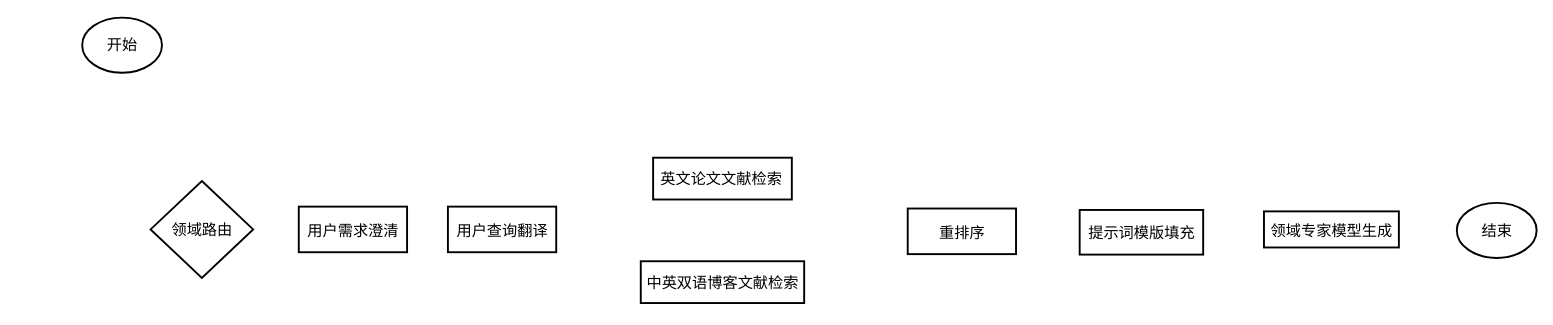
Above: diagrams/flowchart_of_the_qa_system_for_core_ai_technology_literature.drawio in real-jiakai/draw (draw.io), before the change. Source tidied: cells renumbered, new cells numbered last; positions are measured from the earlier drawing's top-left corner, leaving out a move shared by most shapes. Both pictures are drawn from the tidied source at 95%, with x=0, y=0 at pixel (82, 17).
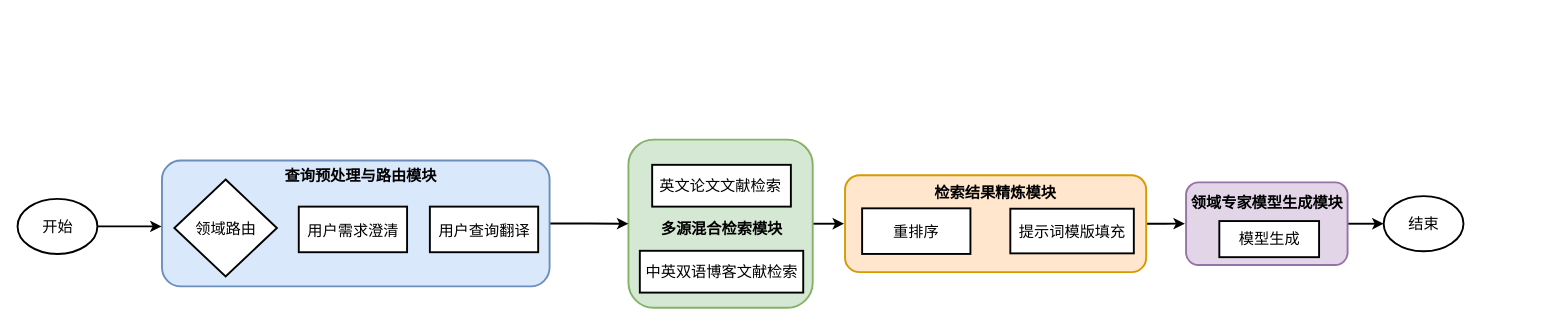
Above is the later version.

What changed in the source:
```diff
@@
+    <mxCell id="22" style="edgeStyle=orthogonalEdgeStyle;rounded=0;jettySize=auto;html=1;exitX=1;exitY=0.5;exitDx=0;exitDy=0;entryX=0;entryY=0.5;entryDx=0;entryDy=0;strokeWidth=2;" parent="1" edge="1" source="23" target="11">
+      <mxGeometry relative="1" as="geometry" />
+    </mxCell>
+    <mxCell id="23" style="rounded=1;whiteSpace=wrap;html=1;fillColor=#e1d5e7;strokeColor=#9673a6;strokeWidth=2;" parent="1" vertex="1">
+      <mxGeometry x="1162" y="173.5" width="170" height="87" as="geometry" />
+    </mxCell>
+    <mxCell id="24" style="edgeStyle=orthogonalEdgeStyle;rounded=0;jettySize=auto;html=1;exitX=1;exitY=0.5;exitDx=0;exitDy=0;strokeWidth=2;" parent="1" edge="1" source="25">
+      <mxGeometry relative="1" as="geometry">
+        <mxPoint x="1160.8" y="216.9" as="targetPoint" />
+      </mxGeometry>
+    </mxCell>
+    <mxCell id="25" style="rounded=1;whiteSpace=wrap;html=1;fillColor=#ffe6cc;strokeColor=#d79b00;strokeWidth=2;" parent="1" vertex="1">
+      <mxGeometry x="803" y="166" width="317" height="102" as="geometry" />
+    </mxCell>
+    <mxCell id="26" style="edgeStyle=orthogonalEdgeStyle;rounded=0;jettySize=auto;html=1;exitX=1;exitY=0.5;exitDx=0;exitDy=0;strokeWidth=2;" parent="1" edge="1" source="27">
+      <mxGeometry relative="1" as="geometry">
+        <mxPoint x="802" y="216.9" as="targetPoint" />
+      </mxGeometry>
+    </mxCell>
+    <mxCell id="27" style="rounded=1;whiteSpace=wrap;html=1;fillColor=#d5e8d4;strokeColor=#82b366;strokeWidth=2;" parent="1" vertex="1">
+      <mxGeometry x="575" y="128.5" width="194" height="177" as="geometry" />
+    </mxCell>
+    <mxCell id="28" style="edgeStyle=orthogonalEdgeStyle;rounded=0;jettySize=auto;html=1;exitX=1;exitY=0.5;exitDx=0;exitDy=0;entryX=0;entryY=0.5;entryDx=0;entryDy=0;strokeWidth=2;" parent="1" edge="1" source="29" target="27">
+      <mxGeometry relative="1" as="geometry" />
+    </mxCell>
+    <mxCell id="29" style="rounded=1;whiteSpace=wrap;html=1;fillColor=#dae8fc;strokeColor=#6c8ebf;strokeWidth=2;" parent="1" vertex="1">
+      <mxGeometry x="84" y="150.5" width="408" height="132.5" as="geometry" />
+    </mxCell>
@@
     <mxCell id="3" style="rounded=0;whiteSpace=wrap;html=1;strokeWidth=2;" parent="1" vertex="1">
-      <mxGeometry x="588" y="256.5" width="172" height="44" as="geometry" />
+      <mxGeometry x="587" y="245.5" width="172" height="44" as="geometry" />
     </mxCell>
     <mxCell id="4" style="rounded=0;whiteSpace=wrap;html=1;strokeWidth=2;" parent="1" vertex="1">
-      <mxGeometry x="601" y="147.5" width="146" height="44" as="geometry" />
+      <mxGeometry x="600" y="155" width="146" height="44" as="geometry" />
     </mxCell>
     <mxCell id="5" style="ellipse;whiteSpace=wrap;html=1;strokeWidth=2;" parent="1" vertex="1">
-      <mxGeometry width="84" height="58" as="geometry" />
+      <mxGeometry x="-68" y="190.8" width="84" height="58" as="geometry" />
     </mxCell>
     <mxCell id="6" value="&lt;font style=&quot;font-size: 16px;&quot;&gt;英文论文文献检索&lt;/font&gt;" style="text;html=1;align=center;verticalAlign=middle;whiteSpace=wrap;rounded=0;" parent="1" vertex="1">
-      <mxGeometry x="606" y="154.5" width="134" height="30" as="geometry" />
+      <mxGeometry x="605" y="162" width="134" height="30" as="geometry" />
     </mxCell>
     <mxCell id="7" value="&lt;span style=&quot;font-size: 16px;&quot;&gt;中英双语博客文献检索&lt;/span&gt;" style="text;html=1;align=center;verticalAlign=middle;whiteSpace=wrap;rounded=0;" parent="1" vertex="1">
-      <mxGeometry x="591.5" y="263.5" width="165" height="30" as="geometry" />
+      <mxGeometry x="590.5" y="252.5" width="165" height="30" as="geometry" />
     </mxCell>
     <mxCell id="8" style="rhombus;whiteSpace=wrap;html=1;strokeWidth=2;" parent="1" vertex="1">
-      <mxGeometry x="72" y="172" width="108" height="102" as="geometry" />
+      <mxGeometry x="97" y="170.5" width="108" height="102" as="geometry" />
     </mxCell>
     <mxCell id="9" value="&lt;font style=&quot;font-size: 16px;&quot;&gt;领域路由&lt;/font&gt;" style="text;html=1;align=center;verticalAlign=middle;whiteSpace=wrap;rounded=0;" parent="1" vertex="1">
-      <mxGeometry x="90.5" y="208" width="71" height="30" as="geometry" />
+      <mxGeometry x="115.5" y="206.5" width="71" height="30" as="geometry" />
     </mxCell>
     <mxCell id="10" value="&lt;font style=&quot;font-size: 16px;&quot;&gt;开始&lt;/font&gt;" style="text;html=1;align=center;verticalAlign=middle;whiteSpace=wrap;rounded=0;" parent="1" vertex="1">
-      <mxGeometry x="21.5" y="16.5" width="41" height="25" as="geometry" />
+      <mxGeometry x="-46.5" y="207.2" width="41" height="25" as="geometry" />
     </mxCell>
     <mxCell id="11" style="ellipse;whiteSpace=wrap;html=1;strokeWidth=2;" parent="1" vertex="1">
-      <mxGeometry x="1447" y="195" width="84" height="58" as="geometry" />
+      <mxGeometry x="1370" y="188" width="84" height="58" as="geometry" />
     </mxCell>
     <mxCell id="12" value="&lt;span style=&quot;font-size: 16px;&quot;&gt;结束&lt;/span&gt;" style="text;html=1;align=center;verticalAlign=middle;whiteSpace=wrap;rounded=0;" parent="1" vertex="1">
-      <mxGeometry x="1468.5" y="211.5" width="41" height="25" as="geometry" />
+      <mxGeometry x="1391.5" y="204.5" width="41" height="25" as="geometry" />
     </mxCell>
@@
     <mxCell id="14" style="rounded=0;whiteSpace=wrap;html=1;strokeWidth=2;" parent="1" vertex="1">
-      <mxGeometry x="385" y="199" width="114" height="48" as="geometry" />
+      <mxGeometry x="366" y="199" width="114" height="48" as="geometry" />
     </mxCell>
     <mxCell id="15" value="&lt;span style=&quot;font-size: 16px;&quot;&gt;用户查询翻译&lt;/span&gt;" style="text;html=1;align=center;verticalAlign=middle;whiteSpace=wrap;rounded=0;" parent="1" vertex="1">
-      <mxGeometry x="391.5" y="209" width="101" height="30" as="geometry" />
+      <mxGeometry x="372.5" y="209" width="101" height="30" as="geometry" />
     </mxCell>
     <mxCell id="16" style="rounded=0;whiteSpace=wrap;html=1;strokeWidth=2;" parent="1" vertex="1">
-      <mxGeometry x="1244" y="204" width="142" height="38" as="geometry" />
+      <mxGeometry x="1197" y="214.2" width="105" height="38" as="geometry" />
     </mxCell>
-    <mxCell id="17" value="&lt;span style=&quot;font-size: 16px;&quot;&gt;领域专家模型生成&lt;/span&gt;" style="text;html=1;align=center;verticalAlign=middle;whiteSpace=wrap;rounded=0;" parent="1" vertex="1">
-      <mxGeometry x="1247.5" y="209" width="134.5" height="30" as="geometry" />
+    <mxCell id="17" value="&lt;span style=&quot;font-size: 16px;&quot;&gt;模型生成&lt;/span&gt;" style="text;html=1;align=center;verticalAlign=middle;whiteSpace=wrap;rounded=0;" parent="1" vertex="1">
+      <mxGeometry x="1205.8" y="218.2" width="87.5" height="30" as="geometry" />
     </mxCell>
     <mxCell id="18" style="rounded=0;whiteSpace=wrap;html=1;strokeWidth=2;" parent="1" vertex="1">
-      <mxGeometry x="869" y="201" width="114" height="48" as="geometry" />
+      <mxGeometry x="821" y="200.8" width="114" height="48" as="geometry" />
     </mxCell>
     <mxCell id="19" value="&lt;span style=&quot;font-size: 16px;&quot;&gt;重排序&lt;/span&gt;" style="text;html=1;align=center;verticalAlign=middle;whiteSpace=wrap;rounded=0;" parent="1" vertex="1">
-      <mxGeometry x="875.5" y="211" width="101" height="30" as="geometry" />
+      <mxGeometry x="848.2" y="209.8" width="59.5" height="30" as="geometry" />
     </mxCell>
     <mxCell id="20" style="rounded=0;whiteSpace=wrap;html=1;strokeWidth=2;" parent="1" vertex="1">
-      <mxGeometry x="1050" y="202.5" width="130" height="47" as="geometry" />
+      <mxGeometry x="977" y="201.2" width="130" height="47" as="geometry" />
     </mxCell>
     <mxCell id="21" value="&lt;span style=&quot;font-size: 16px;&quot;&gt;提示词模版填充&lt;/span&gt;" style="text;html=1;align=center;verticalAlign=middle;whiteSpace=wrap;rounded=0;" parent="1" vertex="1">
-      <mxGeometry x="1057.8" y="211" width="114.5" height="30" as="geometry" />
+      <mxGeometry x="984.8" y="209.8" width="114.5" height="30" as="geometry" />
     </mxCell>
+    <mxCell id="30" value="&lt;font style=&quot;font-size: 16px;&quot;&gt;&lt;b&gt;查询预处理与路由模块&lt;/b&gt;&lt;/font&gt;" style="text;html=1;align=center;verticalAlign=middle;whiteSpace=wrap;rounded=0;" parent="1" vertex="1">
+      <mxGeometry x="211" y="152.2" width="165" height="30" as="geometry" />
+    </mxCell>
+    <mxCell id="31" value="&lt;span style=&quot;font-size: 16px;&quot;&gt;&lt;b&gt;多源混合检索模块&lt;/b&gt;&lt;/span&gt;" style="text;html=1;align=center;verticalAlign=middle;whiteSpace=wrap;rounded=0;" parent="1" vertex="1">
+      <mxGeometry x="590.5" y="206.5" width="165" height="30" as="geometry" />
+    </mxCell>
+    <mxCell id="32" value="&lt;span style=&quot;font-size: 16px;&quot;&gt;&lt;b&gt;检索结果精炼模块&lt;/b&gt;&lt;/span&gt;" style="text;html=1;align=center;verticalAlign=middle;whiteSpace=wrap;rounded=0;" parent="1" vertex="1">
+      <mxGeometry x="892.9" y="170.5" width="137.2" height="26" as="geometry" />
+    </mxCell>
+    <mxCell id="33" value="&lt;span style=&quot;font-size: 16px;&quot;&gt;&lt;b&gt;领域专家模型生成模块&lt;/b&gt;&lt;/span&gt;" style="text;html=1;align=center;verticalAlign=middle;whiteSpace=wrap;rounded=0;" parent="1" vertex="1">
+      <mxGeometry x="1165.5" y="182.2" width="163" height="26" as="geometry" />
+    </mxCell>
+    <mxCell id="34" style="edgeStyle=orthogonalEdgeStyle;rounded=0;jettySize=auto;html=1;exitX=1;exitY=0.5;exitDx=0;exitDy=0;entryX=-0.001;entryY=0.523;entryDx=0;entryDy=0;entryPerimeter=0;strokeWidth=2;" parent="1" edge="1" source="5" target="29">
+      <mxGeometry relative="1" as="geometry" />
+    </mxCell>
```
